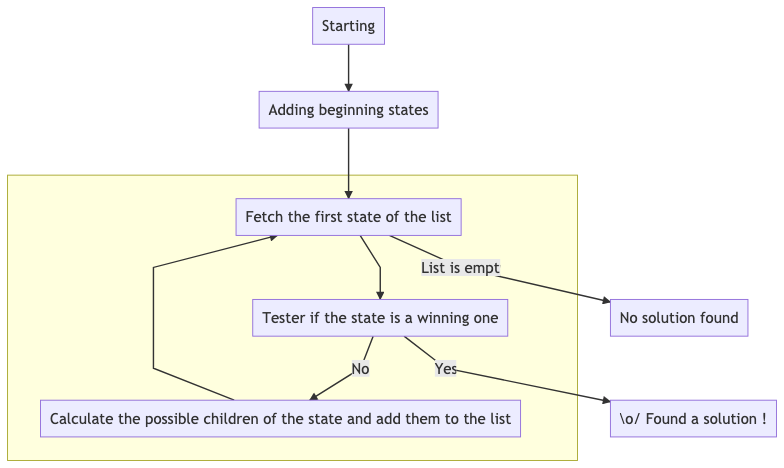
Earlier version of the Mermaid export brouillons/baba-is-you-1/graph1.png (archiloque/blog). Its source is kept beside it as brouillons/baba-is-you-1/graph1.mmd.
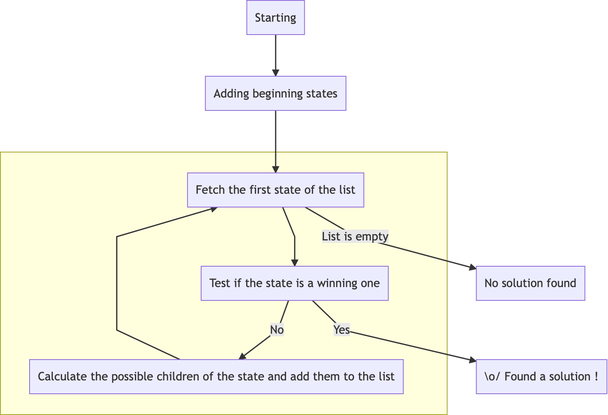
After the change.

Diff of the diagram source:
```diff
@@ -4,7 +4,7 @@
 Ajouter1[Adding beginning states]
 subgraph
 Récupérer[Fetch the first state of the list]
-Tester[Tester if the state is a winning one]
+Tester[Test if the state is a winning one]
 Calculer[Calculate the possible children of the state and add them to the list]
 end
 Fail[No solution found]
```
